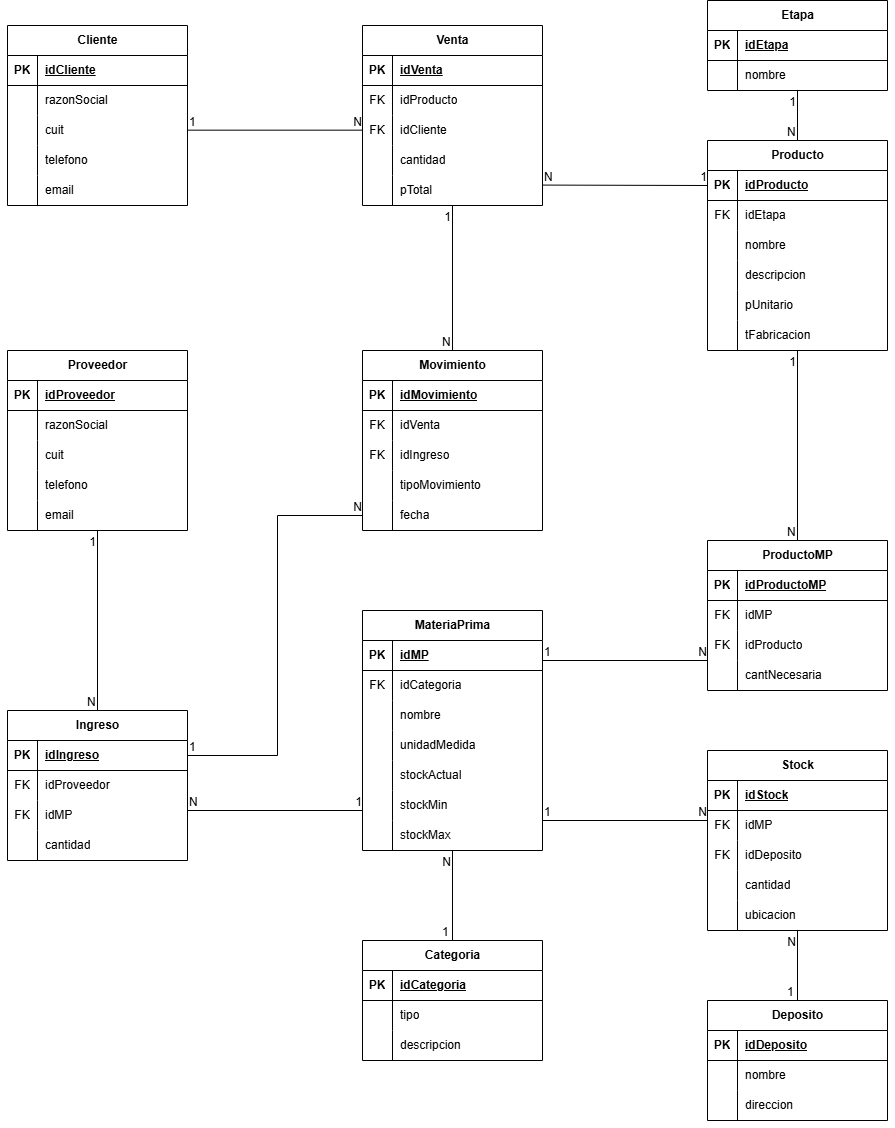
Above: diagramas/modelo_logico.png in FacundoMuruchi/BD-Fabrica-Metalurgica (draw.io), before the change. Source tidied: cells renumbered, new cells last; positions are measured from the earlier drawing's top-left corner, leaving out a move shared by most shapes.
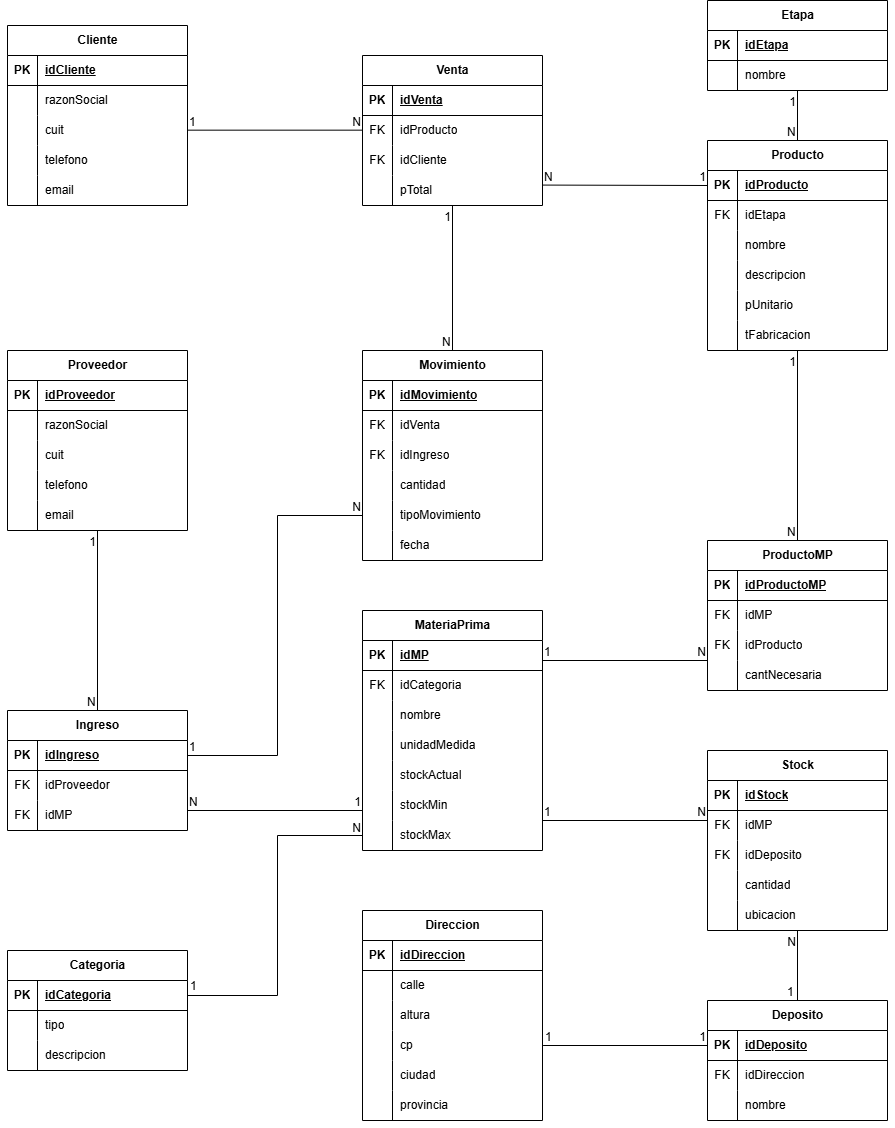
The same file after the commit.

Commit message:
normalizacion tipomovimiento

Change to the diagram source:
```diff
@@ -117,7 +117,7 @@
       <mxGeometry x="30" width="150" height="30" as="geometry" />
     </mxCell>
     <mxCell id="40" value="Categoria" style="shape=table;startSize=30;rowLines=0;fontStyle=1;align=center;html=1;" parent="1" vertex="1">
-      <mxGeometry x="355" y="940" width="180" height="120" as="geometry" />
+      <mxGeometry y="950" width="180" height="120" as="geometry" />
     </mxCell>
     <mxCell id="41" style="shape=tableRow;horizontal=0;startSize=0;swimlaneHead=0;swimlaneBody=0;fillColor=none;points=[[0,0.5],[1,0.5]];portConstraint=eastwest;top=0;left=0;right=0;bottom=1;" parent="40" vertex="1">
       <mxGeometry y="30" width="180" height="30" as="geometry" />
@@ -161,10 +161,10 @@
     <mxCell id="54" style="shape=tableRow;horizontal=0;startSize=0;swimlaneHead=0;swimlaneBody=0;fillColor=none;top=0;left=0;right=0;bottom=0;" parent="50" vertex="1">
       <mxGeometry y="60" width="180" height="30" as="geometry" />
     </mxCell>
-    <mxCell id="55" style="shape=partialRectangle;fillColor=none;top=0;left=0;bottom=0;right=0;overflow=hidden;whiteSpace=wrap;html=1;" parent="54" vertex="1">
+    <mxCell id="55" value="FK" style="shape=partialRectangle;fillColor=none;top=0;left=0;bottom=0;right=0;overflow=hidden;whiteSpace=wrap;html=1;" parent="54" vertex="1">
       <mxGeometry width="30" height="30" as="geometry" />
     </mxCell>
-    <mxCell id="56" value="nombre" style="shape=partialRectangle;fillColor=none;top=0;left=0;bottom=0;right=0;align=left;spacingLeft=6;overflow=hidden;whiteSpace=wrap;html=1;" parent="54" vertex="1">
+    <mxCell id="56" value="idDireccion" style="shape=partialRectangle;fillColor=none;top=0;left=0;bottom=0;right=0;align=left;spacingLeft=6;overflow=hidden;whiteSpace=wrap;html=1;" parent="54" vertex="1">
       <mxGeometry x="30" width="150" height="30" as="geometry" />
     </mxCell>
     <mxCell id="57" style="shape=tableRow;horizontal=0;startSize=0;swimlaneHead=0;swimlaneBody=0;fillColor=none;top=0;left=0;right=0;bottom=0;strokeWidth=15;swimlaneFillColor=none;strokeColor=default;perimeterSpacing=12;dashed=1;dashPattern=8 8;" parent="50" vertex="1">
@@ -173,11 +173,11 @@
     <mxCell id="58" style="shape=partialRectangle;fillColor=none;top=0;left=0;bottom=0;right=0;overflow=hidden;whiteSpace=wrap;html=1;" parent="57" vertex="1">
       <mxGeometry width="30" height="30" as="geometry" />
     </mxCell>
-    <mxCell id="59" value="direccion" style="shape=partialRectangle;fillColor=none;top=0;left=0;bottom=0;right=0;align=left;spacingLeft=6;overflow=hidden;whiteSpace=wrap;html=1;strokeWidth=11;" parent="57" vertex="1">
+    <mxCell id="59" value="nombre" style="shape=partialRectangle;fillColor=none;top=0;left=0;bottom=0;right=0;align=left;spacingLeft=6;overflow=hidden;whiteSpace=wrap;html=1;strokeWidth=11;" parent="57" vertex="1">
       <mxGeometry x="30" width="150" height="30" as="geometry" />
     </mxCell>
     <mxCell id="60" value="Ingreso" style="shape=table;startSize=30;rowLines=0;fontStyle=1;align=center;html=1;" parent="1" vertex="1">
-      <mxGeometry y="710" width="180" height="150" as="geometry" />
+      <mxGeometry y="710" width="180" height="120" as="geometry" />
     </mxCell>
     <mxCell id="61" style="shape=tableRow;horizontal=0;startSize=0;swimlaneHead=0;swimlaneBody=0;fillColor=none;points=[[0,0.5],[1,0.5]];portConstraint=eastwest;top=0;left=0;right=0;bottom=1;" parent="60" vertex="1">
       <mxGeometry y="30" width="180" height="30" as="geometry" />
@@ -206,15 +206,6 @@
     <mxCell id="69" value="idMP" style="shape=partialRectangle;fillColor=none;top=0;left=0;bottom=0;right=0;align=left;spacingLeft=6;overflow=hidden;whiteSpace=wrap;html=1;strokeWidth=11;" parent="67" vertex="1">
       <mxGeometry x="30" width="150" height="30" as="geometry" />
     </mxCell>
-    <mxCell id="70" style="shape=tableRow;horizontal=0;startSize=0;swimlaneHead=0;swimlaneBody=0;fillColor=none;points=[[0,0.5],[1,0.5]];portConstraint=eastwest;top=0;left=0;right=0;bottom=0;strokeWidth=15;swimlaneFillColor=none;strokeColor=default;perimeterSpacing=12;dashed=1;dashPattern=8 8;" parent="60" vertex="1">
-      <mxGeometry y="120" width="180" height="30" as="geometry" />
-    </mxCell>
-    <mxCell id="71" style="shape=partialRectangle;fillColor=none;top=0;left=0;bottom=0;right=0;overflow=hidden;whiteSpace=wrap;html=1;" parent="70" vertex="1">
-      <mxGeometry width="30" height="30" as="geometry" />
-    </mxCell>
-    <mxCell id="72" value="cantidad" style="shape=partialRectangle;fillColor=none;top=0;left=0;bottom=0;right=0;align=left;spacingLeft=6;overflow=hidden;whiteSpace=wrap;html=1;strokeWidth=11;" parent="70" vertex="1">
-      <mxGeometry x="30" width="150" height="30" as="geometry" />
-    </mxCell>
     <mxCell id="73" value="Stock" style="shape=table;startSize=30;rowLines=0;fontStyle=1;align=center;html=1;" parent="1" vertex="1">
       <mxGeometry x="700" y="750" width="180" height="180" as="geometry" />
     </mxCell>
@@ -441,7 +432,7 @@
       <mxGeometry x="30" width="150" height="30" as="geometry" />
     </mxCell>
     <mxCell id="147" value="Venta" style="shape=table;startSize=30;rowLines=0;fontStyle=1;align=center;html=1;" parent="1" vertex="1">
-      <mxGeometry x="355" y="25" width="180" height="180" as="geometry" />
+      <mxGeometry x="355" y="55" width="180" height="150" as="geometry" />
     </mxCell>
     <mxCell id="148" style="shape=tableRow;horizontal=0;startSize=0;swimlaneHead=0;swimlaneBody=0;fillColor=none;top=0;left=0;right=0;bottom=1;" parent="147" vertex="1">
       <mxGeometry y="30" width="180" height="30" as="geometry" />
@@ -470,17 +461,8 @@
     <mxCell id="156" value="idCliente" style="shape=partialRectangle;fillColor=none;top=0;left=0;bottom=0;right=0;align=left;spacingLeft=6;overflow=hidden;whiteSpace=wrap;html=1;strokeWidth=11;" parent="154" vertex="1">
       <mxGeometry x="30" width="150" height="30" as="geometry" />
     </mxCell>
-    <mxCell id="157" style="shape=tableRow;horizontal=0;startSize=0;swimlaneHead=0;swimlaneBody=0;fillColor=none;top=0;left=0;right=0;bottom=0;" parent="147" vertex="1">
-      <mxGeometry y="120" width="180" height="30" as="geometry" />
-    </mxCell>
-    <mxCell id="158" style="shape=partialRectangle;fillColor=none;top=0;left=0;bottom=0;right=0;overflow=hidden;whiteSpace=wrap;html=1;" parent="157" vertex="1">
-      <mxGeometry width="30" height="30" as="geometry" />
-    </mxCell>
-    <mxCell id="159" value="cantidad" style="shape=partialRectangle;fillColor=none;top=0;left=0;bottom=0;right=0;align=left;spacingLeft=6;overflow=hidden;whiteSpace=wrap;html=1;" parent="157" vertex="1">
-      <mxGeometry x="30" width="150" height="30" as="geometry" />
-    </mxCell>
     <mxCell id="160" style="shape=tableRow;horizontal=0;startSize=0;swimlaneHead=0;swimlaneBody=0;fillColor=none;points=[[0,0.5],[1,0.5]];portConstraint=eastwest;top=0;left=0;right=0;bottom=0;" parent="147" vertex="1">
-      <mxGeometry y="150" width="180" height="30" as="geometry" />
+      <mxGeometry y="120" width="180" height="30" as="geometry" />
     </mxCell>
     <mxCell id="161" style="shape=partialRectangle;fillColor=none;top=0;left=0;bottom=0;right=0;overflow=hidden;whiteSpace=wrap;html=1;" parent="160" vertex="1">
       <mxGeometry width="30" height="30" as="geometry" />
@@ -489,7 +471,7 @@
       <mxGeometry x="30" width="150" height="30" as="geometry" />
     </mxCell>
     <mxCell id="163" value="Movimiento" style="shape=table;startSize=30;rowLines=0;fontStyle=1;align=center;html=1;" parent="1" vertex="1">
-      <mxGeometry x="355" y="350" width="180" height="180" as="geometry" />
+      <mxGeometry x="355" y="350" width="180" height="210" as="geometry" />
     </mxCell>
     <mxCell id="164" style="shape=tableRow;horizontal=0;startSize=0;swimlaneHead=0;swimlaneBody=0;fillColor=none;top=0;left=0;right=0;bottom=1;" parent="163" vertex="1">
       <mxGeometry y="30" width="180" height="30" as="geometry" />
@@ -524,7 +506,7 @@
     <mxCell id="174" style="shape=partialRectangle;fillColor=none;top=0;left=0;bottom=0;right=0;overflow=hidden;whiteSpace=wrap;html=1;" parent="173" vertex="1">
       <mxGeometry width="30" height="30" as="geometry" />
     </mxCell>
-    <mxCell id="175" value="tipoMovimiento" style="shape=partialRectangle;fillColor=none;top=0;left=0;bottom=0;right=0;align=left;spacingLeft=6;overflow=hidden;whiteSpace=wrap;html=1;" parent="173" vertex="1">
+    <mxCell id="175" value="cantidad" style="shape=partialRectangle;fillColor=none;top=0;left=0;bottom=0;right=0;align=left;spacingLeft=6;overflow=hidden;whiteSpace=wrap;html=1;" parent="173" vertex="1">
       <mxGeometry x="30" width="150" height="30" as="geometry" />
     </mxCell>
     <mxCell id="176" style="shape=tableRow;horizontal=0;startSize=0;swimlaneHead=0;swimlaneBody=0;fillColor=none;points=[[0,0.5],[1,0.5]];portConstraint=eastwest;top=0;left=0;right=0;bottom=0;" parent="163" vertex="1">
@@ -533,9 +515,18 @@
     <mxCell id="177" style="shape=partialRectangle;fillColor=none;top=0;left=0;bottom=0;right=0;overflow=hidden;whiteSpace=wrap;html=1;" parent="176" vertex="1">
       <mxGeometry width="30" height="30" as="geometry" />
     </mxCell>
-    <mxCell id="178" value="fecha" style="shape=partialRectangle;fillColor=none;top=0;left=0;bottom=0;right=0;align=left;spacingLeft=6;overflow=hidden;whiteSpace=wrap;html=1;" parent="176" vertex="1">
+    <mxCell id="178" value="tipoMovimiento" style="shape=partialRectangle;fillColor=none;top=0;left=0;bottom=0;right=0;align=left;spacingLeft=6;overflow=hidden;whiteSpace=wrap;html=1;" parent="176" vertex="1">
       <mxGeometry x="30" width="150" height="30" as="geometry" />
     </mxCell>
+    <mxCell id="212" style="shape=tableRow;horizontal=0;startSize=0;swimlaneHead=0;swimlaneBody=0;fillColor=none;top=0;left=0;right=0;bottom=0;" parent="163" vertex="1">
+      <mxGeometry y="180" width="180" height="30" as="geometry" />
+    </mxCell>
+    <mxCell id="213" style="shape=partialRectangle;fillColor=none;top=0;left=0;bottom=0;right=0;overflow=hidden;whiteSpace=wrap;html=1;" parent="212" vertex="1">
+      <mxGeometry width="30" height="30" as="geometry" />
+    </mxCell>
+    <mxCell id="214" value="fecha" style="shape=partialRectangle;fillColor=none;top=0;left=0;bottom=0;right=0;align=left;spacingLeft=6;overflow=hidden;whiteSpace=wrap;html=1;" parent="212" vertex="1">
+      <mxGeometry x="30" width="150" height="30" as="geometry" />
+    </mxCell>
     <mxCell id="179" style="endArrow=none;html=1;rounded=0;entryX=0;entryY=0.5;entryDx=0;entryDy=0;exitX=0.999;exitY=0.319;exitDx=0;exitDy=0;exitPerimeter=0;" parent="1" edge="1" source="160" target="93">
       <mxGeometry relative="1" as="geometry" />
     </mxCell>
@@ -571,17 +562,22 @@
         <mxPoint y="20" as="offset" />
       </mxGeometry>
     </mxCell>
-    <mxCell id="188" style="endArrow=none;html=1;rounded=0;exitX=0.5;exitY=0;exitDx=0;exitDy=0;" parent="1" edge="1" source="40" target="37">
-      <mxGeometry relative="1" as="geometry" />
+    <mxCell id="188" style="endArrow=none;html=1;rounded=0;exitX=1;exitY=0.5;exitDx=0;exitDy=0;entryX=0;entryY=0.5;entryDx=0;entryDy=0;" parent="1" edge="1" source="41" target="37">
+      <mxGeometry relative="1" as="geometry">
+        <Array as="points">
+          <mxPoint x="270" y="995" />
+          <mxPoint x="270" y="835" />
+        </Array>
+      </mxGeometry>
     </mxCell>
     <mxCell id="189" value="1" style="html=1;whiteSpace=wrap;align=left;verticalAlign=bottom;" parent="188" vertex="1">
       <mxGeometry x="-1" relative="1" as="geometry">
-        <mxPoint x="-12" as="offset" />
+        <mxPoint x="1" y="-1" as="offset" />
       </mxGeometry>
     </mxCell>
     <mxCell id="190" value="N" style="html=1;whiteSpace=wrap;align=right;verticalAlign=bottom;" parent="188" vertex="1">
       <mxGeometry x="1" relative="1" as="geometry">
-        <mxPoint y="20" as="offset" />
+        <mxPoint y="1" as="offset" />
       </mxGeometry>
     </mxCell>
     <mxCell id="191" style="endArrow=none;html=1;rounded=0;exitX=0.5;exitY=0;exitDx=0;exitDy=0;" parent="1" edge="1" source="60" target="15">
@@ -675,5 +671,71 @@
     <mxCell id="211" value="N" style="html=1;whiteSpace=wrap;align=right;verticalAlign=bottom;" parent="209" vertex="1">
       <mxGeometry x="1" relative="1" as="geometry" />
     </mxCell>
+    <mxCell id="215" value="Direccion" style="shape=table;startSize=30;rowLines=0;fontStyle=1;align=center;html=1;" parent="1" vertex="1">
+      <mxGeometry x="355" y="910" width="180" height="210" as="geometry" />
+    </mxCell>
+    <mxCell id="216" style="shape=tableRow;horizontal=0;startSize=0;swimlaneHead=0;swimlaneBody=0;fillColor=none;top=0;left=0;right=0;bottom=1;" parent="215" vertex="1">
+      <mxGeometry y="30" width="180" height="30" as="geometry" />
+    </mxCell>
+    <mxCell id="217" value="PK" style="shape=partialRectangle;fillColor=none;top=0;left=0;bottom=0;right=0;fontStyle=1;overflow=hidden;whiteSpace=wrap;html=1;" parent="216" vertex="1">
+      <mxGeometry width="30" height="30" as="geometry" />
+    </mxCell>
+    <mxCell id="218" value="idDireccion" style="shape=partialRectangle;fillColor=none;top=0;left=0;bottom=0;right=0;align=left;spacingLeft=6;fontStyle=5;overflow=hidden;whiteSpace=wrap;html=1;" parent="216" vertex="1">
+      <mxGeometry x="30" width="150" height="30" as="geometry" />
+    </mxCell>
+    <mxCell id="219" style="shape=tableRow;horizontal=0;startSize=0;swimlaneHead=0;swimlaneBody=0;fillColor=none;top=0;left=0;right=0;bottom=0;" parent="215" vertex="1">
+      <mxGeometry y="60" width="180" height="30" as="geometry" />
+    </mxCell>
+    <mxCell id="220" style="shape=partialRectangle;fillColor=none;top=0;left=0;bottom=0;right=0;overflow=hidden;whiteSpace=wrap;html=1;" parent="219" vertex="1">
+      <mxGeometry width="30" height="30" as="geometry" />
+    </mxCell>
+    <mxCell id="221" value="calle" style="shape=partialRectangle;fillColor=none;top=0;left=0;bottom=0;right=0;align=left;spacingLeft=6;overflow=hidden;whiteSpace=wrap;html=1;" parent="219" vertex="1">
+      <mxGeometry x="30" width="150" height="30" as="geometry" />
+    </mxCell>
+    <mxCell id="222" style="shape=tableRow;horizontal=0;startSize=0;swimlaneHead=0;swimlaneBody=0;fillColor=none;top=0;left=0;right=0;bottom=0;strokeWidth=15;swimlaneFillColor=none;strokeColor=default;perimeterSpacing=12;dashed=1;dashPattern=8 8;" parent="215" vertex="1">
+      <mxGeometry y="90" width="180" height="30" as="geometry" />
+    </mxCell>
+    <mxCell id="223" style="shape=partialRectangle;fillColor=none;top=0;left=0;bottom=0;right=0;overflow=hidden;whiteSpace=wrap;html=1;" parent="222" vertex="1">
+      <mxGeometry width="30" height="30" as="geometry" />
+    </mxCell>
+    <mxCell id="224" value="altura" style="shape=partialRectangle;fillColor=none;top=0;left=0;bottom=0;right=0;align=left;spacingLeft=6;overflow=hidden;whiteSpace=wrap;html=1;strokeWidth=11;" parent="222" vertex="1">
+      <mxGeometry x="30" width="150" height="30" as="geometry" />
+    </mxCell>
+    <mxCell id="70" style="shape=tableRow;horizontal=0;startSize=0;swimlaneHead=0;swimlaneBody=0;fillColor=none;points=[[0,0.5],[1,0.5]];portConstraint=eastwest;top=0;left=0;right=0;bottom=0;strokeWidth=15;swimlaneFillColor=none;strokeColor=default;perimeterSpacing=12;dashed=1;dashPattern=8 8;" parent="215" vertex="1">
+      <mxGeometry y="120" width="180" height="30" as="geometry" />
+    </mxCell>
+    <mxCell id="225" style="shape=partialRectangle;fillColor=none;top=0;left=0;bottom=0;right=0;overflow=hidden;whiteSpace=wrap;html=1;" parent="70" vertex="1">
+      <mxGeometry width="30" height="30" as="geometry" />
+    </mxCell>
+    <mxCell id="226" value="cp" style="shape=partialRectangle;fillColor=none;top=0;left=0;bottom=0;right=0;align=left;spacingLeft=6;overflow=hidden;whiteSpace=wrap;html=1;strokeWidth=11;" parent="70" vertex="1">
+      <mxGeometry x="30" width="150" height="30" as="geometry" />
+    </mxCell>
+    <mxCell id="227" style="shape=tableRow;horizontal=0;startSize=0;swimlaneHead=0;swimlaneBody=0;fillColor=none;top=0;left=0;right=0;bottom=0;strokeWidth=15;swimlaneFillColor=none;strokeColor=default;perimeterSpacing=12;dashed=1;dashPattern=8 8;" parent="215" vertex="1">
+      <mxGeometry y="150" width="180" height="30" as="geometry" />
+    </mxCell>
+    <mxCell id="228" style="shape=partialRectangle;fillColor=none;top=0;left=0;bottom=0;right=0;overflow=hidden;whiteSpace=wrap;html=1;" parent="227" vertex="1">
+      <mxGeometry width="30" height="30" as="geometry" />
+    </mxCell>
+    <mxCell id="229" value="ciudad" style="shape=partialRectangle;fillColor=none;top=0;left=0;bottom=0;right=0;align=left;spacingLeft=6;overflow=hidden;whiteSpace=wrap;html=1;strokeWidth=11;" parent="227" vertex="1">
+      <mxGeometry x="30" width="150" height="30" as="geometry" />
+    </mxCell>
+    <mxCell id="230" style="shape=tableRow;horizontal=0;startSize=0;swimlaneHead=0;swimlaneBody=0;fillColor=none;top=0;left=0;right=0;bottom=0;strokeWidth=15;swimlaneFillColor=none;strokeColor=default;perimeterSpacing=12;dashed=1;dashPattern=8 8;" parent="215" vertex="1">
+      <mxGeometry y="180" width="180" height="30" as="geometry" />
+    </mxCell>
+    <mxCell id="231" style="shape=partialRectangle;fillColor=none;top=0;left=0;bottom=0;right=0;overflow=hidden;whiteSpace=wrap;html=1;" parent="230" vertex="1">
+      <mxGeometry width="30" height="30" as="geometry" />
+    </mxCell>
+    <mxCell id="232" value="provincia" style="shape=partialRectangle;fillColor=none;top=0;left=0;bottom=0;right=0;align=left;spacingLeft=6;overflow=hidden;whiteSpace=wrap;html=1;strokeWidth=11;" parent="230" vertex="1">
+      <mxGeometry x="30" width="150" height="30" as="geometry" />
+    </mxCell>
+    <mxCell id="233" style="endArrow=none;html=1;rounded=0;entryX=0;entryY=0.5;entryDx=0;entryDy=0;exitX=0.944;exitY=0.5;exitDx=0;exitDy=0;exitPerimeter=0;" parent="1" edge="1" source="70" target="51">
+      <mxGeometry relative="1" as="geometry" />
+    </mxCell>
+    <mxCell id="234" value="1" style="html=1;whiteSpace=wrap;align=left;verticalAlign=bottom;" parent="233" vertex="1">
+      <mxGeometry x="-1" relative="1" as="geometry" />
+    </mxCell>
+    <mxCell id="235" value="1" style="html=1;whiteSpace=wrap;align=right;verticalAlign=bottom;" parent="233" vertex="1">
+      <mxGeometry x="1" relative="1" as="geometry" />
+    </mxCell>
   </root>
 </mxGraphModel>
```
